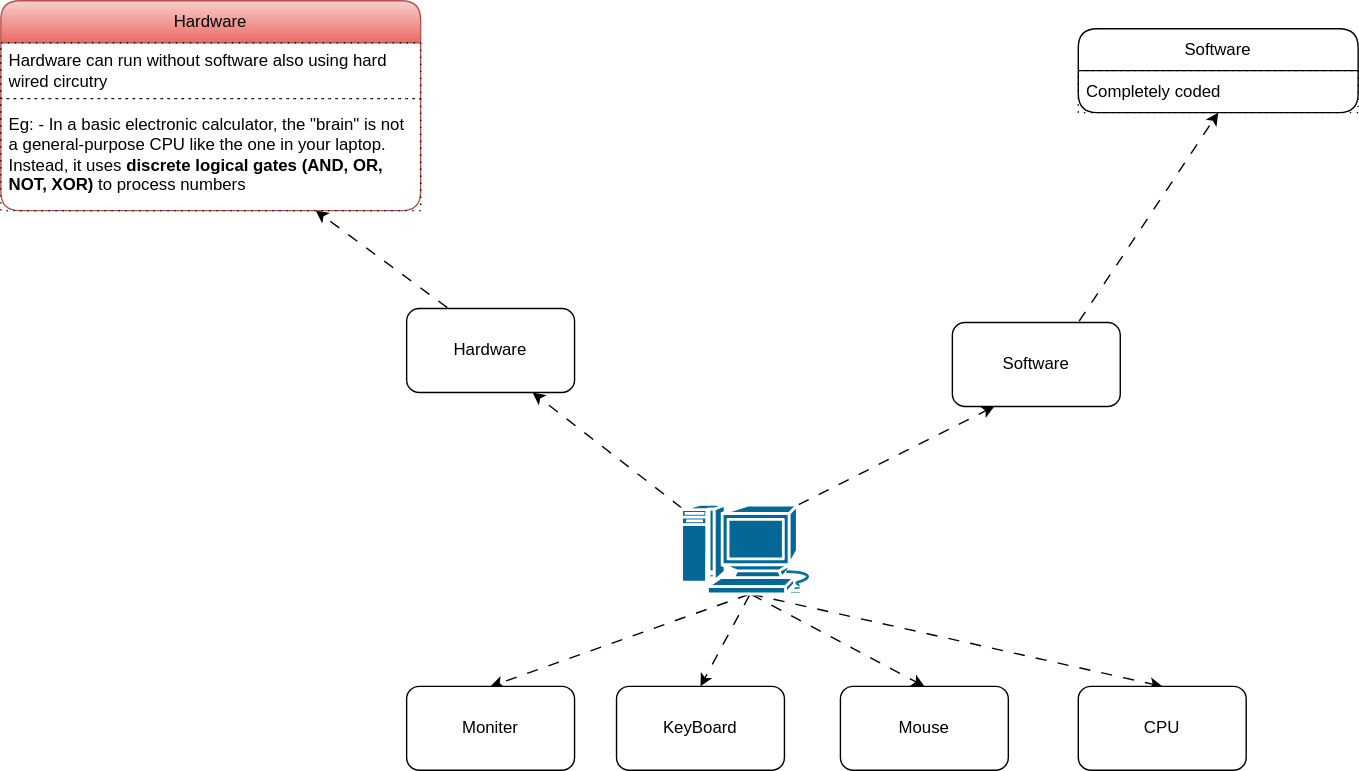
Above: computer/computer.svg in knkrn5/Programming-Concepts (draw.io), before the change. Source tidied: cells renumbered, new cells last; positions are measured from the earlier drawing's top-left corner, leaving out a move shared by most shapes. Its diagram source:
```xml
<mxGraphModel>
  <root>
    <mxCell id="0" />
    <mxCell id="1" parent="0" />
    <mxCell id="2" style="edgeStyle=none;html=1;exitX=0.5;exitY=1;exitDx=0;exitDy=0;exitPerimeter=0;entryX=0.5;entryY=0;entryDx=0;entryDy=0;flowAnimation=1;" parent="1" edge="1" source="8" target="9">
      <mxGeometry relative="1" as="geometry" />
    </mxCell>
    <mxCell id="3" style="edgeStyle=none;html=1;exitX=0.5;exitY=1;exitDx=0;exitDy=0;exitPerimeter=0;entryX=0.5;entryY=0;entryDx=0;entryDy=0;flowAnimation=1;" parent="1" edge="1" source="8" target="10">
      <mxGeometry relative="1" as="geometry" />
    </mxCell>
    <mxCell id="4" style="edgeStyle=none;html=1;exitX=0.5;exitY=1;exitDx=0;exitDy=0;exitPerimeter=0;entryX=0.5;entryY=0;entryDx=0;entryDy=0;flowAnimation=1;" parent="1" edge="1" source="8" target="11">
      <mxGeometry relative="1" as="geometry" />
    </mxCell>
    <mxCell id="5" style="edgeStyle=none;html=1;exitX=0.5;exitY=1;exitDx=0;exitDy=0;exitPerimeter=0;entryX=0.5;entryY=0;entryDx=0;entryDy=0;flowAnimation=1;" parent="1" edge="1" source="8" target="12">
      <mxGeometry relative="1" as="geometry" />
    </mxCell>
    <mxCell id="6" style="edgeStyle=none;html=1;exitX=0.015;exitY=0.05;exitDx=0;exitDy=0;exitPerimeter=0;entryX=0.75;entryY=1;entryDx=0;entryDy=0;flowAnimation=1;" parent="1" edge="1" source="8" target="14">
      <mxGeometry relative="1" as="geometry" />
    </mxCell>
    <mxCell id="7" style="edgeStyle=none;html=1;exitX=0.84;exitY=0.01;exitDx=0;exitDy=0;exitPerimeter=0;entryX=0.25;entryY=1;entryDx=0;entryDy=0;flowAnimation=1;" parent="1" edge="1" source="8" target="16">
      <mxGeometry relative="1" as="geometry" />
    </mxCell>
    <mxCell id="8" style="shape=mxgraph.cisco.computers_and_peripherals.macintosh;html=1;dashed=0;fillColor=#036897;strokeColor=#ffffff;strokeWidth=2;verticalLabelPosition=bottom;verticalAlign=top;align=center;outlineConnect=0;" parent="1" vertex="1">
      <mxGeometry x="486" y="360" width="99" height="64" as="geometry" />
    </mxCell>
    <mxCell id="9" value="Moniter" style="rounded=1;whiteSpace=wrap;html=1;" parent="1" vertex="1">
      <mxGeometry x="290" y="490" width="120" height="60" as="geometry" />
    </mxCell>
    <mxCell id="10" value="KeyBoard" style="rounded=1;whiteSpace=wrap;html=1;" parent="1" vertex="1">
      <mxGeometry x="440" y="490" width="120" height="60" as="geometry" />
    </mxCell>
    <mxCell id="11" value="Mouse" style="rounded=1;whiteSpace=wrap;html=1;" parent="1" vertex="1">
      <mxGeometry x="600" y="490" width="120" height="60" as="geometry" />
    </mxCell>
    <mxCell id="12" value="CPU" style="rounded=1;whiteSpace=wrap;html=1;" parent="1" vertex="1">
      <mxGeometry x="770" y="490" width="120" height="60" as="geometry" />
    </mxCell>
    <mxCell id="13" style="edgeStyle=none;html=1;exitX=0.25;exitY=0;exitDx=0;exitDy=0;entryX=0.75;entryY=1;entryDx=0;entryDy=0;flowAnimation=1;" parent="1" edge="1" source="14" target="19">
      <mxGeometry relative="1" as="geometry" />
    </mxCell>
    <mxCell id="14" value="Hardware" style="rounded=1;whiteSpace=wrap;html=1;" parent="1" vertex="1">
      <mxGeometry x="290" y="220" width="120" height="60" as="geometry" />
    </mxCell>
    <mxCell id="15" style="edgeStyle=none;html=1;exitX=0.75;exitY=0;exitDx=0;exitDy=0;entryX=0.5;entryY=1;entryDx=0;entryDy=0;flowAnimation=1;" parent="1" edge="1" source="16" target="17">
      <mxGeometry relative="1" as="geometry" />
    </mxCell>
    <mxCell id="16" value="Software" style="rounded=1;whiteSpace=wrap;html=1;" parent="1" vertex="1">
      <mxGeometry x="680" y="230" width="120" height="60" as="geometry" />
    </mxCell>
    <mxCell id="17" value="Software" style="swimlane;fontStyle=0;horizontal=1;startSize=30;whiteSpace=wrap;html=1;rounded=1;" parent="1" vertex="1">
      <mxGeometry x="770" y="20" width="200" height="60" as="geometry" />
    </mxCell>
    <mxCell id="18" value="Completely coded" style="text;strokeColor=default;fillColor=none;align=left;verticalAlign=middle;spacingLeft=4;spacingRight=4;overflow=hidden;whiteSpace=wrap;html=1;dashed=1;dashPattern=1 4;" parent="17" vertex="1">
      <mxGeometry y="30" width="200" height="30" as="geometry" />
    </mxCell>
    <mxCell id="19" value="Hardware" style="swimlane;fontStyle=0;horizontal=1;startSize=30;whiteSpace=wrap;html=1;rounded=1;fillColor=#f8cecc;gradientColor=#ea6b66;strokeColor=#b85450;" parent="1" vertex="1">
      <mxGeometry width="300" height="150" as="geometry" />
    </mxCell>
    <mxCell id="20" value="Hardware can run without software also using hard wired circutry" style="text;strokeColor=default;fillColor=none;align=left;verticalAlign=middle;spacingLeft=4;spacingRight=4;overflow=hidden;whiteSpace=wrap;html=1;dashed=1;dashPattern=1 4;" parent="19" vertex="1">
      <mxGeometry y="30" width="300" height="40" as="geometry" />
    </mxCell>
    <mxCell id="21" value="Eg: - In a basic electronic calculator, the &quot;brain&quot; is not a general-purpose CPU like the one in your laptop. &lt;span class=&quot;citation-53&quot;&gt;Instead, it uses &lt;/span&gt;&lt;b&gt;discrete &lt;span style=&quot;background-color: light-dark(rgb(255, 255, 255), rgb(255, 0, 255));&quot;&gt;logical gates&lt;/span&gt;&lt;/b&gt;&lt;span class=&quot;citation-53 citation-end-53&quot;&gt;&lt;span style=&quot;background-color: light-dark(#ffffff, var(--ge-dark-color, #121212));&quot;&gt; &lt;/span&gt;&lt;span style=&quot;background-color: light-dark(rgb(255, 255, 255), rgb(255, 0, 255));&quot;&gt;&lt;b&gt;(AND, OR, NOT, XOR)&lt;/b&gt;&lt;/span&gt;&lt;span style=&quot;background-color: light-dark(#ffffff, var(--ge-dark-color, #121212));&quot;&gt; to&lt;/span&gt; process numbers&lt;/span&gt;" style="text;strokeColor=default;fillColor=none;align=left;verticalAlign=middle;spacingLeft=4;spacingRight=4;overflow=hidden;whiteSpace=wrap;html=1;dashed=1;dashPattern=1 4;" parent="19" vertex="1">
      <mxGeometry y="70" width="300" height="80" as="geometry" />
    </mxCell>
  </root>
</mxGraphModel>
```
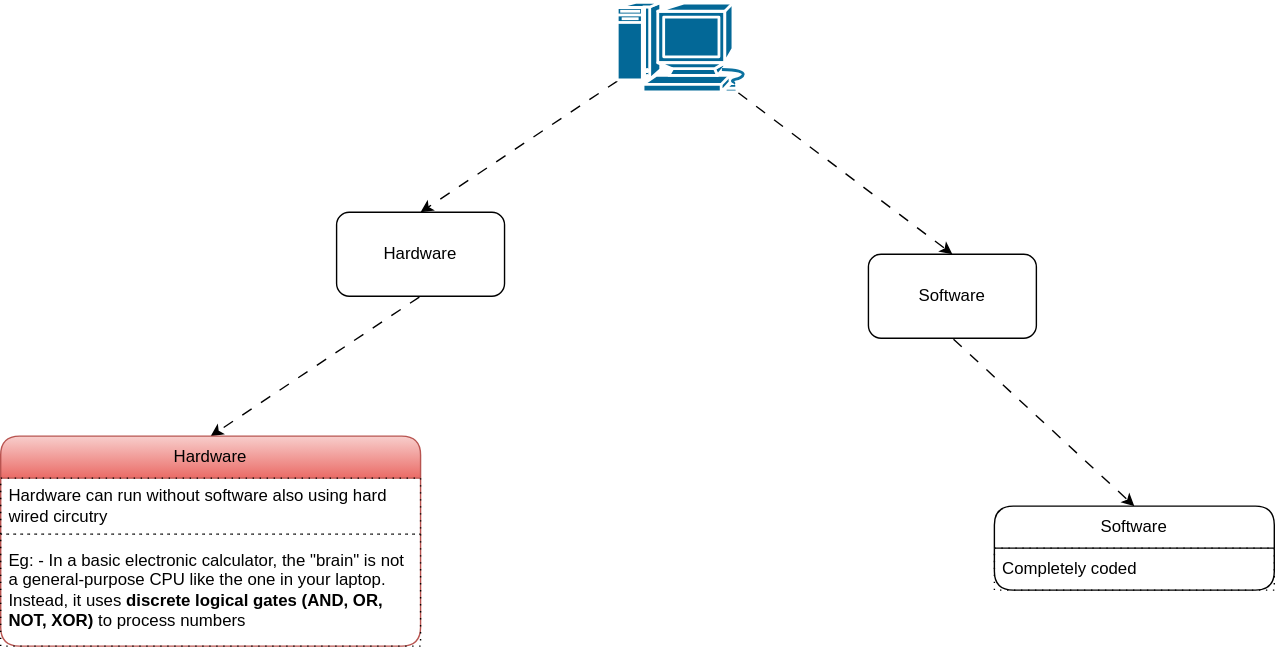
After the commit.

Commit message:
Add diagrams and SVG representations for drives and RAM hardware

Change to the diagram source:
```diff
@@ -2,59 +2,35 @@
   <root>
     <mxCell id="0" />
     <mxCell id="1" parent="0" />
-    <mxCell id="2" style="edgeStyle=none;html=1;exitX=0.5;exitY=1;exitDx=0;exitDy=0;exitPerimeter=0;entryX=0.5;entryY=0;entryDx=0;entryDy=0;flowAnimation=1;" parent="1" edge="1" source="8" target="9">
-      <mxGeometry relative="1" as="geometry" />
-    </mxCell>
-    <mxCell id="3" style="edgeStyle=none;html=1;exitX=0.5;exitY=1;exitDx=0;exitDy=0;exitPerimeter=0;entryX=0.5;entryY=0;entryDx=0;entryDy=0;flowAnimation=1;" parent="1" edge="1" source="8" target="10">
-      <mxGeometry relative="1" as="geometry" />
-    </mxCell>
-    <mxCell id="4" style="edgeStyle=none;html=1;exitX=0.5;exitY=1;exitDx=0;exitDy=0;exitPerimeter=0;entryX=0.5;entryY=0;entryDx=0;entryDy=0;flowAnimation=1;" parent="1" edge="1" source="8" target="11">
-      <mxGeometry relative="1" as="geometry" />
-    </mxCell>
-    <mxCell id="5" style="edgeStyle=none;html=1;exitX=0.5;exitY=1;exitDx=0;exitDy=0;exitPerimeter=0;entryX=0.5;entryY=0;entryDx=0;entryDy=0;flowAnimation=1;" parent="1" edge="1" source="8" target="12">
-      <mxGeometry relative="1" as="geometry" />
-    </mxCell>
-    <mxCell id="6" style="edgeStyle=none;html=1;exitX=0.015;exitY=0.05;exitDx=0;exitDy=0;exitPerimeter=0;entryX=0.75;entryY=1;entryDx=0;entryDy=0;flowAnimation=1;" parent="1" edge="1" source="8" target="14">
+    <mxCell id="6" style="edgeStyle=none;html=1;exitX=0.015;exitY=0.87;exitDx=0;exitDy=0;exitPerimeter=0;entryX=0.5;entryY=0;entryDx=0;entryDy=0;flowAnimation=1;" parent="1" edge="1" source="8" target="14">
       <mxGeometry relative="1" as="geometry" />
     </mxCell>
-    <mxCell id="7" style="edgeStyle=none;html=1;exitX=0.84;exitY=0.01;exitDx=0;exitDy=0;exitPerimeter=0;entryX=0.25;entryY=1;entryDx=0;entryDy=0;flowAnimation=1;" parent="1" edge="1" source="8" target="16">
+    <mxCell id="7" style="edgeStyle=none;html=1;exitX=0.87;exitY=1;exitDx=0;exitDy=0;exitPerimeter=0;entryX=0.5;entryY=0;entryDx=0;entryDy=0;flowAnimation=1;" parent="1" edge="1" source="8" target="16">
       <mxGeometry relative="1" as="geometry" />
     </mxCell>
     <mxCell id="8" style="shape=mxgraph.cisco.computers_and_peripherals.macintosh;html=1;dashed=0;fillColor=#036897;strokeColor=#ffffff;strokeWidth=2;verticalLabelPosition=bottom;verticalAlign=top;align=center;outlineConnect=0;" parent="1" vertex="1">
-      <mxGeometry x="486" y="360" width="99" height="64" as="geometry" />
+      <mxGeometry x="480" y="10" width="99" height="64" as="geometry" />
     </mxCell>
-    <mxCell id="9" value="Moniter" style="rounded=1;whiteSpace=wrap;html=1;" parent="1" vertex="1">
-      <mxGeometry x="290" y="490" width="120" height="60" as="geometry" />
-    </mxCell>
-    <mxCell id="10" value="KeyBoard" style="rounded=1;whiteSpace=wrap;html=1;" parent="1" vertex="1">
-      <mxGeometry x="440" y="490" width="120" height="60" as="geometry" />
-    </mxCell>
-    <mxCell id="11" value="Mouse" style="rounded=1;whiteSpace=wrap;html=1;" parent="1" vertex="1">
-      <mxGeometry x="600" y="490" width="120" height="60" as="geometry" />
-    </mxCell>
-    <mxCell id="12" value="CPU" style="rounded=1;whiteSpace=wrap;html=1;" parent="1" vertex="1">
-      <mxGeometry x="770" y="490" width="120" height="60" as="geometry" />
-    </mxCell>
-    <mxCell id="13" style="edgeStyle=none;html=1;exitX=0.25;exitY=0;exitDx=0;exitDy=0;entryX=0.75;entryY=1;entryDx=0;entryDy=0;flowAnimation=1;" parent="1" edge="1" source="14" target="19">
+    <mxCell id="13" style="edgeStyle=none;html=1;exitX=0.5;exitY=1;exitDx=0;exitDy=0;entryX=0.5;entryY=0;entryDx=0;entryDy=0;flowAnimation=1;" parent="1" edge="1" source="14" target="19">
       <mxGeometry relative="1" as="geometry" />
     </mxCell>
     <mxCell id="14" value="Hardware" style="rounded=1;whiteSpace=wrap;html=1;" parent="1" vertex="1">
-      <mxGeometry x="290" y="220" width="120" height="60" as="geometry" />
+      <mxGeometry x="280" y="160" width="120" height="60" as="geometry" />
     </mxCell>
-    <mxCell id="15" style="edgeStyle=none;html=1;exitX=0.75;exitY=0;exitDx=0;exitDy=0;entryX=0.5;entryY=1;entryDx=0;entryDy=0;flowAnimation=1;" parent="1" edge="1" source="16" target="17">
+    <mxCell id="15" style="edgeStyle=none;html=1;exitX=0.5;exitY=1;exitDx=0;exitDy=0;entryX=0.5;entryY=0;entryDx=0;entryDy=0;flowAnimation=1;" parent="1" edge="1" source="16" target="17">
       <mxGeometry relative="1" as="geometry" />
     </mxCell>
     <mxCell id="16" value="Software" style="rounded=1;whiteSpace=wrap;html=1;" parent="1" vertex="1">
-      <mxGeometry x="680" y="230" width="120" height="60" as="geometry" />
+      <mxGeometry x="660" y="190" width="120" height="60" as="geometry" />
     </mxCell>
     <mxCell id="17" value="Software" style="swimlane;fontStyle=0;horizontal=1;startSize=30;whiteSpace=wrap;html=1;rounded=1;" parent="1" vertex="1">
-      <mxGeometry x="770" y="20" width="200" height="60" as="geometry" />
+      <mxGeometry x="750" y="370" width="200" height="60" as="geometry" />
     </mxCell>
     <mxCell id="18" value="Completely coded" style="text;strokeColor=default;fillColor=none;align=left;verticalAlign=middle;spacingLeft=4;spacingRight=4;overflow=hidden;whiteSpace=wrap;html=1;dashed=1;dashPattern=1 4;" parent="17" vertex="1">
       <mxGeometry y="30" width="200" height="30" as="geometry" />
     </mxCell>
     <mxCell id="19" value="Hardware" style="swimlane;fontStyle=0;horizontal=1;startSize=30;whiteSpace=wrap;html=1;rounded=1;fillColor=#f8cecc;gradientColor=#ea6b66;strokeColor=#b85450;" parent="1" vertex="1">
-      <mxGeometry width="300" height="150" as="geometry" />
+      <mxGeometry x="40" y="320" width="300" height="150" as="geometry" />
     </mxCell>
     <mxCell id="20" value="Hardware can run without software also using hard wired circutry" style="text;strokeColor=default;fillColor=none;align=left;verticalAlign=middle;spacingLeft=4;spacingRight=4;overflow=hidden;whiteSpace=wrap;html=1;dashed=1;dashPattern=1 4;" parent="19" vertex="1">
       <mxGeometry y="30" width="300" height="40" as="geometry" />
```
